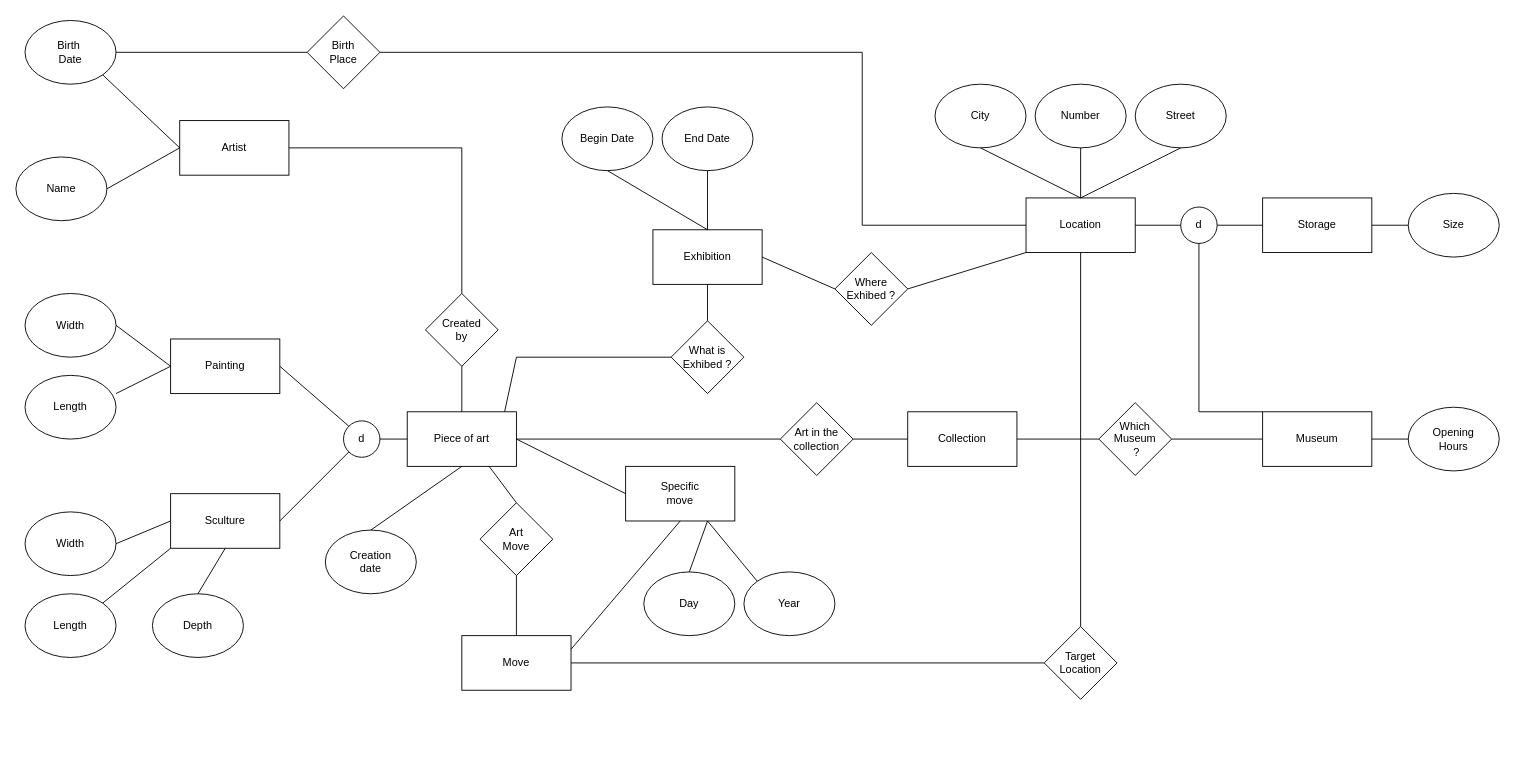
The draw.io diagram q1/erchen-p1.drawio in Arthur-Gallez/db-p1, before the edit. Source tidied: cells renumbered, new cells numbered last; positions are measured from the earlier drawing's top-left corner, leaving out a move shared by most shapes. Both pictures are drawn from the tidied source at 91%, with x=0, y=0 at pixel (15, 15).
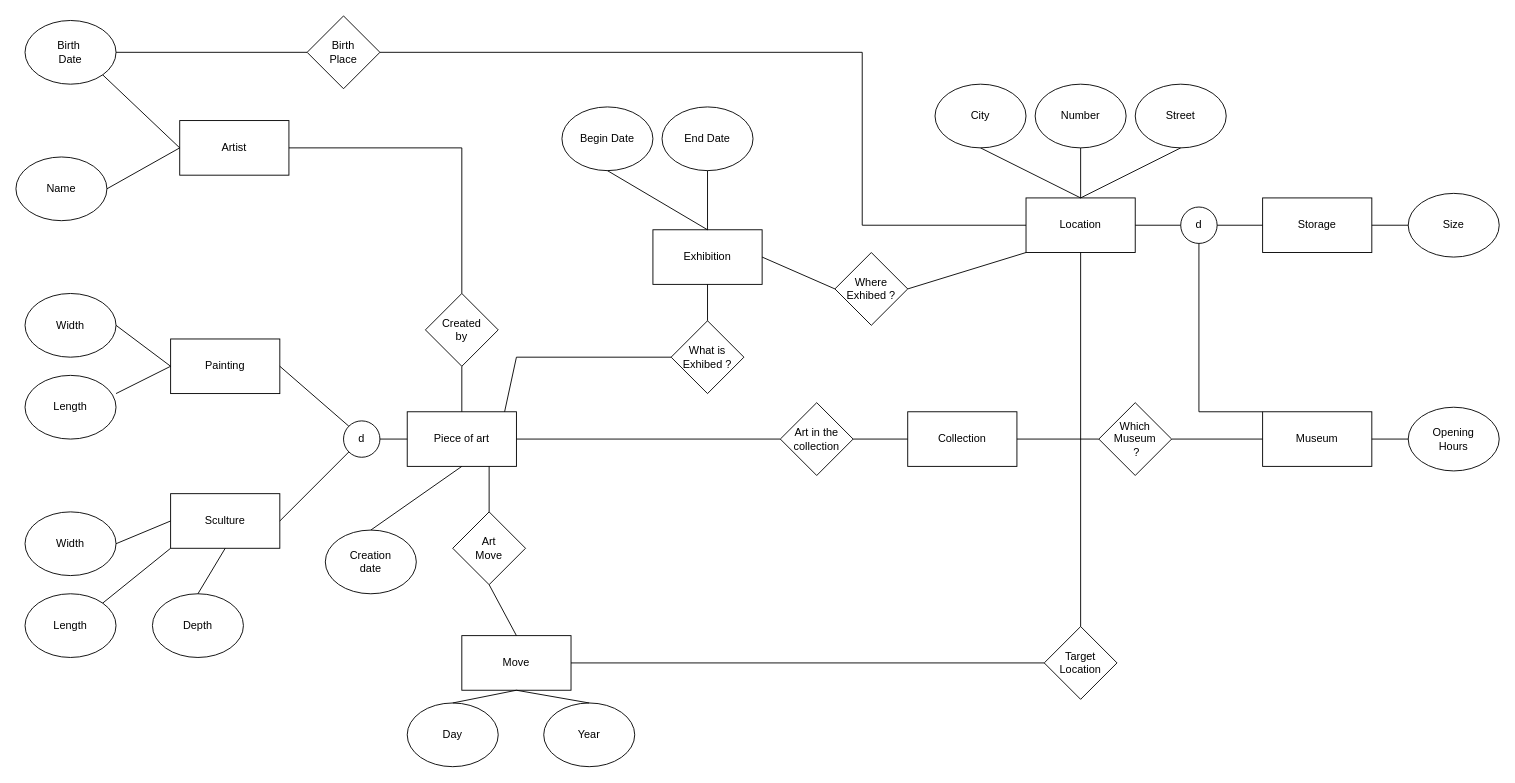
After the change.

Unchanged cells that the change refers to:
```xml
<mxCell id="3" value="&lt;div&gt;Piece of art&lt;/div&gt;" style="rounded=0;whiteSpace=wrap;html=1;" parent="1" vertex="1">
  <mxGeometry x="430" y="435" width="120" height="60" as="geometry" />
</mxCell>
<mxCell id="6" value="Move" style="rounded=0;whiteSpace=wrap;html=1;" parent="1" vertex="1">
  <mxGeometry x="490" y="681" width="120" height="60" as="geometry" />
</mxCell>
```

Diff of the diagram source:
```diff
@@
-    <mxCell id="7" value="&lt;div&gt;Specific&lt;/div&gt;&lt;div&gt;move&lt;br&gt;&lt;/div&gt;" style="rounded=0;whiteSpace=wrap;html=1;" parent="1" vertex="1">
-      <mxGeometry x="670" y="495" width="120" height="60" as="geometry" />
-    </mxCell>
@@
     <mxCell id="39" value="&lt;div&gt;Art&lt;/div&gt;&lt;div&gt;Move&lt;br&gt;&lt;/div&gt;" style="rhombus;whiteSpace=wrap;html=1;" parent="1" vertex="1">
-      <mxGeometry x="510" y="535" width="80" height="80" as="geometry" />
+      <mxGeometry x="480" y="545" width="80" height="80" as="geometry" />
     </mxCell>
@@
-    <mxCell id="51" style="endArrow=none;html=1;rounded=0;entryX=0.5;entryY=1;entryDx=0;entryDy=0;exitX=1;exitY=0.25;exitDx=0;exitDy=0;" parent="1" edge="1" source="6" target="7">
-      <mxGeometry relative="1" as="geometry" />
-    </mxCell>
-    <mxCell id="52" style="endArrow=none;html=1;rounded=0;entryX=0;entryY=0.5;entryDx=0;entryDy=0;exitX=1;exitY=0.5;exitDx=0;exitDy=0;" parent="1" edge="1" source="3" target="7">
-      <mxGeometry relative="1" as="geometry" />
-    </mxCell>
     <mxCell id="53" value="Day" style="ellipse;whiteSpace=wrap;html=1;" parent="1" vertex="1">
-      <mxGeometry x="690" y="611" width="100" height="70" as="geometry" />
+      <mxGeometry x="430" y="755" width="100" height="70" as="geometry" />
     </mxCell>
     <mxCell id="54" value="Year" style="ellipse;whiteSpace=wrap;html=1;" parent="1" vertex="1">
-      <mxGeometry x="800" y="611" width="100" height="70" as="geometry" />
+      <mxGeometry x="580" y="755" width="100" height="70" as="geometry" />
     </mxCell>
-    <mxCell id="55" style="endArrow=none;html=1;rounded=0;entryX=0;entryY=0;entryDx=0;entryDy=0;exitX=0.75;exitY=1;exitDx=0;exitDy=0;" parent="1" edge="1" source="7" target="54">
+    <mxCell id="55" style="endArrow=none;html=1;rounded=0;entryX=0.5;entryY=0;entryDx=0;entryDy=0;exitX=0.5;exitY=1;exitDx=0;exitDy=0;" parent="1" edge="1" source="6" target="54">
       <mxGeometry relative="1" as="geometry" />
     </mxCell>
-    <mxCell id="56" style="endArrow=none;html=1;rounded=0;entryX=0.5;entryY=0;entryDx=0;entryDy=0;exitX=0.75;exitY=1;exitDx=0;exitDy=0;" parent="1" edge="1" source="7" target="53">
+    <mxCell id="56" style="endArrow=none;html=1;rounded=0;entryX=0.5;entryY=0;entryDx=0;entryDy=0;exitX=0.5;exitY=1;exitDx=0;exitDy=0;" parent="1" edge="1" source="6" target="53">
       <mxGeometry relative="1" as="geometry" />
     </mxCell>
```
